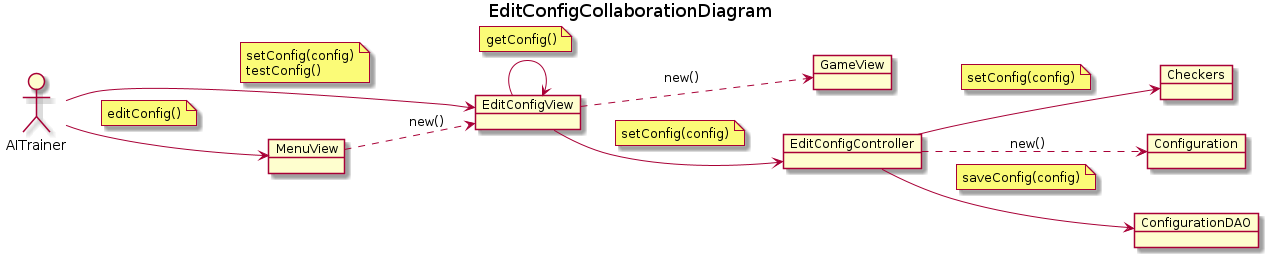
Master-Desarrollo-20-21/patrones-diseno---practica-final---juego-de-las-damas-fraylopez keeps this PlantUML diagram as docs/output/analysis/use-cases/EditConfigCollaborationDiagram.png. Above is the earlier version.
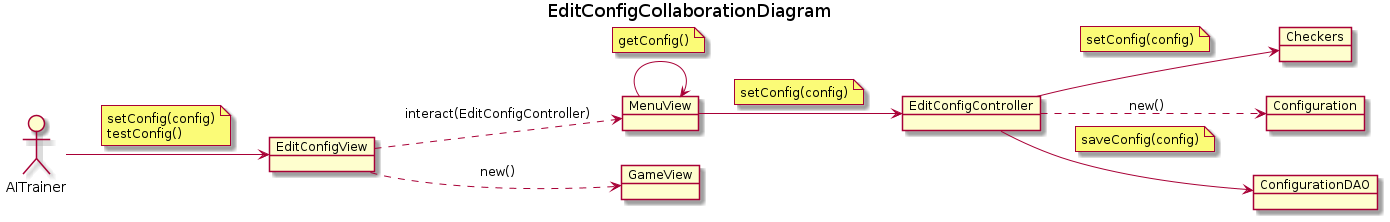
After the commit.

What changed in the source:
```diff
@@ -13,23 +13,22 @@
 object Configuration
 object ConfigurationDAO
 
-AITrainer --> MenuView
+AITrainer --> EditConfigView
 note on link
     editConfig()
 end note
-AITrainer --> EditConfigView
 note on link
     setConfig(config)
     testConfig()
 end note
-MenuView ..> EditConfigView : new()
+EditConfigView ..> MenuView : interact(EditConfigController)
 
-EditConfigView --> EditConfigView
+MenuView --> MenuView
 note on link
     getConfig()
 end note
 
-EditConfigView --> EditConfigController
+MenuView --> EditConfigController
 note on link
     setConfig(config)
 end note
```
